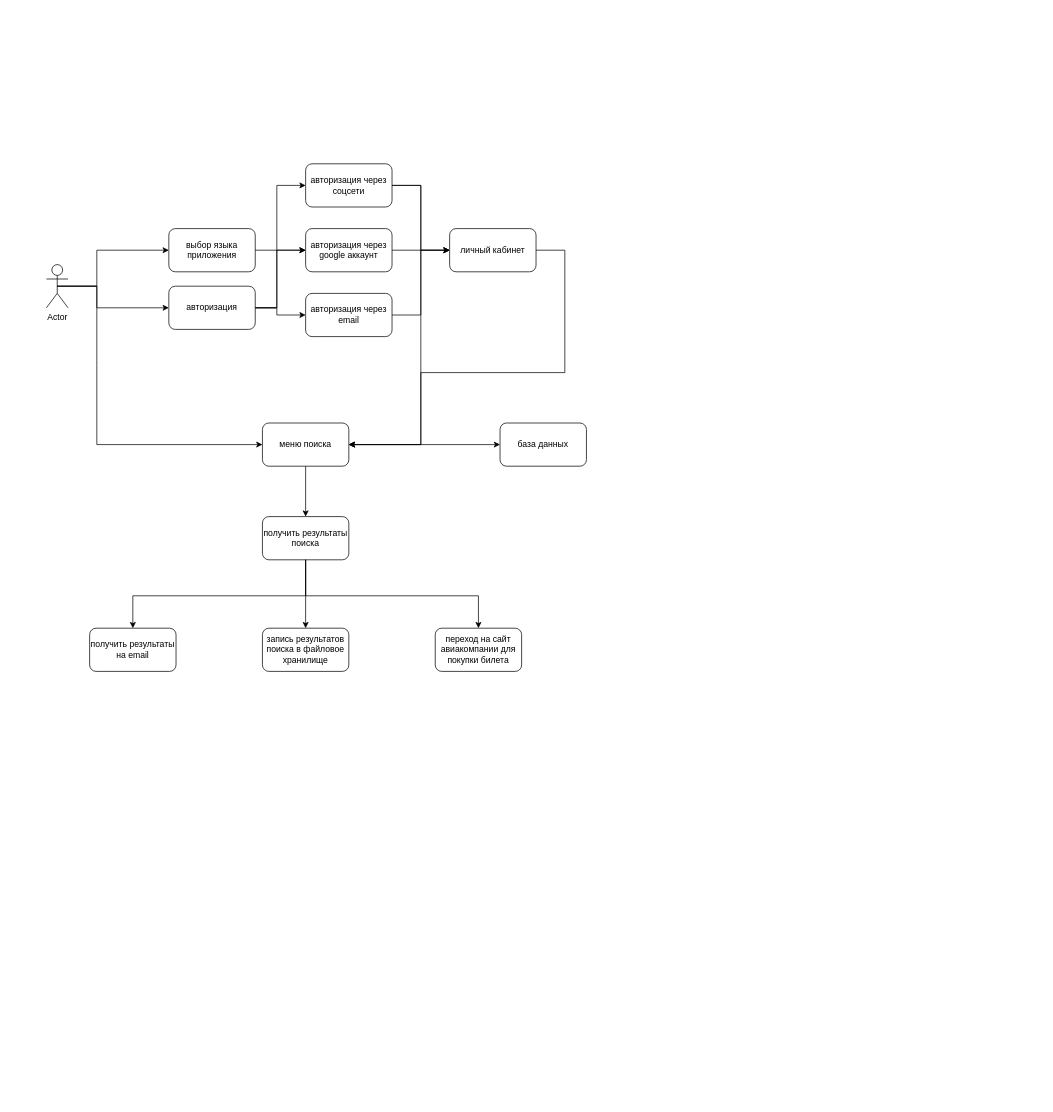
Before: seminar_7/Диаграмма без названия.drawio in vlad722011/GB_Software_Architecture, a draw.io diagram. Source tidied: cells renumbered, new cells numbered last; positions are measured from the earlier drawing's top-left corner, leaving out a move shared by most shapes. Both pictures are drawn from the tidied source at 72%, with x=0, y=0 at pixel (46, 163).
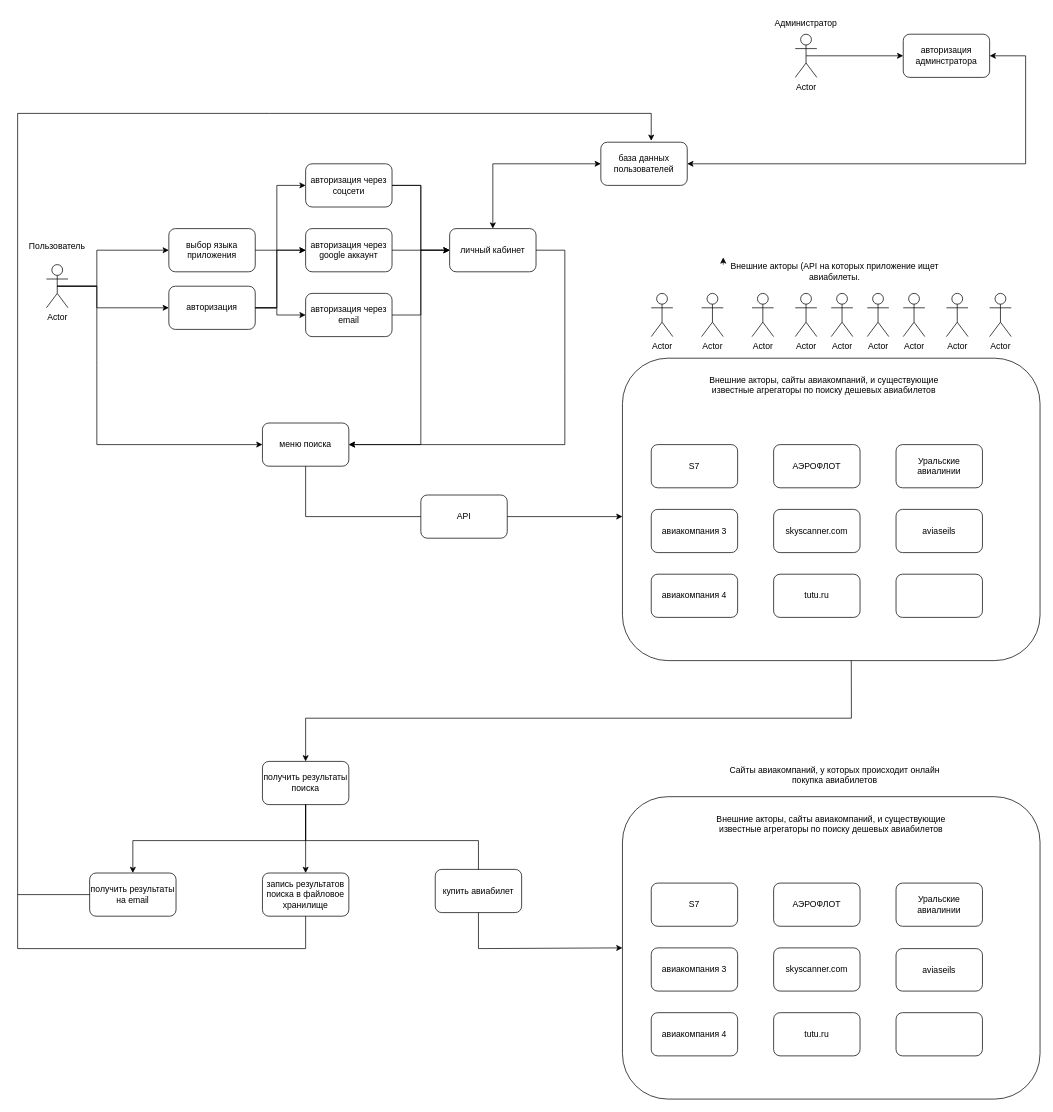
The same page after the edit.

The change refers to these unchanged cells:
```xml
<mxCell id="5" value="меню поиска" style="rounded=1;whiteSpace=wrap;html=1;" parent="1" vertex="1">
  <mxGeometry x="300" y="360" width="120" height="60" as="geometry" />
</mxCell>
<mxCell id="16" value="личный кабинет" style="rounded=1;whiteSpace=wrap;html=1;" parent="1" vertex="1">
  <mxGeometry x="560" y="90" width="120" height="60" as="geometry" />
</mxCell>
```

Diff of the diagram source:
```diff
@@
+    <mxCell id="32" style="rounded=1;whiteSpace=wrap;html=1;" parent="1" vertex="1">
+      <mxGeometry x="800" y="270" width="580" height="420" as="geometry" />
+    </mxCell>
@@
     <mxCell id="19" style="endArrow=classic;html=1;rounded=0;exitX=1;exitY=0.5;exitDx=0;exitDy=0;entryX=1;entryY=0.5;entryDx=0;entryDy=0;" parent="1" edge="1" source="16" target="5">
       <mxGeometry relative="1" as="geometry">
         <Array as="points">
           <mxPoint x="720" y="120" />
           <mxPoint x="720" y="290" />
-          <mxPoint x="520" y="290" />
+          <mxPoint x="720" y="390" />
           <mxPoint x="520" y="390" />
         </Array>
       </mxGeometry>
     </mxCell>
@@
-    <mxCell id="22" value="база данных" style="rounded=1;whiteSpace=wrap;html=1;" parent="1" vertex="1">
-      <mxGeometry x="630" y="360" width="120" height="60" as="geometry" />
-    </mxCell>
-    <mxCell id="23" style="endArrow=classic;startArrow=classic;html=1;rounded=0;entryX=0;entryY=0.5;entryDx=0;entryDy=0;exitX=1;exitY=0.5;exitDx=0;exitDy=0;" parent="1" edge="1" source="5" target="22">
-      <mxGeometry relative="1" as="geometry" />
-    </mxCell>
     <mxCell id="24" value="&lt;div&gt;получить результаты поиска&lt;/div&gt;" style="rounded=1;whiteSpace=wrap;html=1;" parent="1" vertex="1">
-      <mxGeometry x="300" y="490" width="120" height="60" as="geometry" />
+      <mxGeometry x="300" y="830" width="120" height="60" as="geometry" />
     </mxCell>
-    <mxCell id="25" style="endArrow=classic;html=1;rounded=0;exitX=0.5;exitY=1;exitDx=0;exitDy=0;entryX=0.5;entryY=0;entryDx=0;entryDy=0;" parent="1" edge="1" source="5" target="24">
-      <mxGeometry relative="1" as="geometry" />
-    </mxCell>
     <mxCell id="26" style="endArrow=classic;html=1;rounded=0;exitX=0.5;exitY=1;exitDx=0;exitDy=0;entryX=0.5;entryY=0;entryDx=0;entryDy=0;" parent="1" edge="1" source="24" target="27">
       <mxGeometry relative="1" as="geometry">
         <Array as="points">
-          <mxPoint x="360" y="600" />
-          <mxPoint x="120" y="600" />
+          <mxPoint x="360" y="940" />
+          <mxPoint x="120" y="940" />
         </Array>
       </mxGeometry>
     </mxCell>
     <mxCell id="27" value="получить результаты на email" style="rounded=1;whiteSpace=wrap;html=1;" parent="1" vertex="1">
-      <mxGeometry x="60" y="645" width="120" height="60" as="geometry" />
+      <mxGeometry x="60" y="985" width="120" height="60" as="geometry" />
     </mxCell>
     <mxCell id="28" value="запись результатов поиска в файловое хранилище" style="rounded=1;whiteSpace=wrap;html=1;" parent="1" vertex="1">
-      <mxGeometry x="300" y="645" width="120" height="60" as="geometry" />
+      <mxGeometry x="300" y="985" width="120" height="60" as="geometry" />
     </mxCell>
@@
-    <mxCell id="30" value="переход на сайт авиакомпании для покупки билета" style="rounded=1;whiteSpace=wrap;html=1;" parent="1" vertex="1">
-      <mxGeometry x="540" y="645" width="120" height="60" as="geometry" />
-    </mxCell>
-    <mxCell id="31" style="endArrow=classic;html=1;rounded=0;exitX=0.5;exitY=1;exitDx=0;exitDy=0;entryX=0.5;entryY=0;entryDx=0;entryDy=0;" parent="1" edge="1" source="24" target="30">
+    <mxCell id="31" style="endArrow=classic;html=1;rounded=0;exitX=0.5;exitY=1;exitDx=0;exitDy=0;entryX=0;entryY=0.5;entryDx=0;entryDy=0;" parent="1" edge="1" source="24" target="47">
       <mxGeometry relative="1" as="geometry">
         <Array as="points">
-          <mxPoint x="360" y="600" />
-          <mxPoint x="600" y="600" />
+          <mxPoint x="360" y="940" />
+          <mxPoint x="600" y="940" />
+          <mxPoint x="600" y="1090" />
         </Array>
       </mxGeometry>
     </mxCell>
+    <mxCell id="33" value="АЭРОФЛОТ" style="rounded=1;whiteSpace=wrap;html=1;" parent="1" vertex="1">
+      <mxGeometry x="1010" y="390" width="120" height="60" as="geometry" />
+    </mxCell>
+    <mxCell id="34" value="авиакомпания 3" style="rounded=1;whiteSpace=wrap;html=1;" parent="1" vertex="1">
+      <mxGeometry x="840" y="480" width="120" height="60" as="geometry" />
+    </mxCell>
+    <mxCell id="35" value="S7" style="rounded=1;whiteSpace=wrap;html=1;" parent="1" vertex="1">
+      <mxGeometry x="840" y="390" width="120" height="60" as="geometry" />
+    </mxCell>
+    <mxCell id="36" value="Уральские авиалинии" style="rounded=1;whiteSpace=wrap;html=1;" parent="1" vertex="1">
+      <mxGeometry x="1180" y="390" width="120" height="60" as="geometry" />
+    </mxCell>
+    <mxCell id="37" value="skyscanner.com" style="rounded=1;whiteSpace=wrap;html=1;" parent="1" vertex="1">
+      <mxGeometry x="1010" y="480" width="120" height="60" as="geometry" />
+    </mxCell>
+    <mxCell id="38" value="aviaseils" style="rounded=1;whiteSpace=wrap;html=1;" parent="1" vertex="1">
+      <mxGeometry x="1180" y="480" width="120" height="60" as="geometry" />
+    </mxCell>
+    <mxCell id="39" value="авиакомпания 4" style="rounded=1;whiteSpace=wrap;html=1;" parent="1" vertex="1">
+      <mxGeometry x="840" y="570" width="120" height="60" as="geometry" />
+    </mxCell>
+    <mxCell id="40" value="tutu.ru" style="rounded=1;whiteSpace=wrap;html=1;" parent="1" vertex="1">
+      <mxGeometry x="1010" y="570" width="120" height="60" as="geometry" />
+    </mxCell>
+    <mxCell id="41" style="rounded=1;whiteSpace=wrap;html=1;" parent="1" vertex="1">
+      <mxGeometry x="1180" y="570" width="120" height="60" as="geometry" />
+    </mxCell>
+    <mxCell id="42" value="&lt;div&gt;Внешние акторы, сайты авиакомпаний, и существующие известные агрегаторы по поиску дешевых авиабилетов&lt;/div&gt;&lt;div&gt;&lt;br&gt;&lt;/div&gt;" style="text;html=1;strokeColor=none;fillColor=none;align=center;verticalAlign=middle;whiteSpace=wrap;rounded=0;" parent="1" vertex="1">
+      <mxGeometry x="900" y="260" width="360" height="110" as="geometry" />
+    </mxCell>
+    <mxCell id="43" style="endArrow=classic;html=1;rounded=0;exitX=0.5;exitY=1;exitDx=0;exitDy=0;" parent="1" edge="1" source="5">
+      <mxGeometry relative="1" as="geometry">
+        <mxPoint x="800" y="490" as="targetPoint" />
+        <Array as="points">
+          <mxPoint x="360" y="490" />
+        </Array>
+      </mxGeometry>
+    </mxCell>
+    <mxCell id="44" style="endArrow=classic;html=1;rounded=0;exitX=0.548;exitY=1;exitDx=0;exitDy=0;exitPerimeter=0;entryX=0.5;entryY=0;entryDx=0;entryDy=0;" parent="1" edge="1" source="32" target="24">
+      <mxGeometry relative="1" as="geometry">
+        <Array as="points">
+          <mxPoint x="1118" y="770" />
+          <mxPoint x="360" y="770" />
+        </Array>
+      </mxGeometry>
+    </mxCell>
+    <mxCell id="45" value="API" style="rounded=1;whiteSpace=wrap;html=1;" parent="1" vertex="1">
+      <mxGeometry x="520" y="460" width="120" height="60" as="geometry" />
+    </mxCell>
+    <mxCell id="46" value="Actor" style="shape=umlActor;verticalLabelPosition=bottom;verticalAlign=top;html=1;" parent="1" vertex="1">
+      <mxGeometry x="1090" y="180" width="30" height="60" as="geometry" />
+    </mxCell>
+    <mxCell id="47" style="rounded=1;whiteSpace=wrap;html=1;" parent="1" vertex="1">
+      <mxGeometry x="800" y="879" width="580" height="420" as="geometry" />
+    </mxCell>
+    <mxCell id="48" value="АЭРОФЛОТ" style="rounded=1;whiteSpace=wrap;html=1;" parent="1" vertex="1">
+      <mxGeometry x="1010" y="999" width="120" height="60" as="geometry" />
+    </mxCell>
+    <mxCell id="49" value="авиакомпания 3" style="rounded=1;whiteSpace=wrap;html=1;" parent="1" vertex="1">
+      <mxGeometry x="840" y="1089" width="120" height="60" as="geometry" />
+    </mxCell>
+    <mxCell id="50" value="S7" style="rounded=1;whiteSpace=wrap;html=1;" parent="1" vertex="1">
+      <mxGeometry x="840" y="999" width="120" height="60" as="geometry" />
+    </mxCell>
+    <mxCell id="51" value="Уральские авиалинии" style="rounded=1;whiteSpace=wrap;html=1;" parent="1" vertex="1">
+      <mxGeometry x="1180" y="999" width="120" height="60" as="geometry" />
+    </mxCell>
+    <mxCell id="52" value="skyscanner.com" style="rounded=1;whiteSpace=wrap;html=1;" parent="1" vertex="1">
+      <mxGeometry x="1010" y="1089" width="120" height="60" as="geometry" />
+    </mxCell>
+    <mxCell id="53" value="aviaseils" style="rounded=1;whiteSpace=wrap;html=1;" parent="1" vertex="1">
+      <mxGeometry x="1180" y="1090" width="120" height="59" as="geometry" />
+    </mxCell>
+    <mxCell id="54" value="авиакомпания 4" style="rounded=1;whiteSpace=wrap;html=1;" parent="1" vertex="1">
+      <mxGeometry x="840" y="1179" width="120" height="60" as="geometry" />
+    </mxCell>
+    <mxCell id="55" value="tutu.ru" style="rounded=1;whiteSpace=wrap;html=1;" parent="1" vertex="1">
+      <mxGeometry x="1010" y="1179" width="120" height="60" as="geometry" />
+    </mxCell>
+    <mxCell id="56" style="rounded=1;whiteSpace=wrap;html=1;" parent="1" vertex="1">
+      <mxGeometry x="1180" y="1179" width="120" height="60" as="geometry" />
+    </mxCell>
+    <mxCell id="57" value="&lt;div&gt;Внешние акторы, сайты авиакомпаний, и существующие известные агрегаторы по поиску дешевых авиабилетов&lt;/div&gt;&lt;div&gt;&lt;br&gt;&lt;/div&gt;" style="text;html=1;strokeColor=none;fillColor=none;align=center;verticalAlign=middle;whiteSpace=wrap;rounded=0;" parent="1" vertex="1">
+      <mxGeometry x="910" y="870" width="360" height="110" as="geometry" />
+    </mxCell>
+    <mxCell id="58" value="купить авиабилет" style="rounded=1;whiteSpace=wrap;html=1;" parent="1" vertex="1">
+      <mxGeometry x="540" y="980" width="120" height="60" as="geometry" />
+    </mxCell>
+    <mxCell id="59" value="Actor" style="shape=umlActor;verticalLabelPosition=bottom;verticalAlign=top;html=1;" parent="1" vertex="1">
+      <mxGeometry x="840" y="180" width="30" height="60" as="geometry" />
+    </mxCell>
+    <mxCell id="60" value="Actor" style="shape=umlActor;verticalLabelPosition=bottom;verticalAlign=top;html=1;" parent="1" vertex="1">
+      <mxGeometry x="910" y="180" width="30" height="60" as="geometry" />
+    </mxCell>
+    <mxCell id="61" value="Actor" style="shape=umlActor;verticalLabelPosition=bottom;verticalAlign=top;html=1;" parent="1" vertex="1">
+      <mxGeometry x="980" y="180" width="30" height="60" as="geometry" />
+    </mxCell>
+    <mxCell id="62" value="Actor" style="shape=umlActor;verticalLabelPosition=bottom;verticalAlign=top;html=1;" parent="1" vertex="1">
+      <mxGeometry x="1040" y="180" width="30" height="60" as="geometry" />
+    </mxCell>
+    <mxCell id="63" value="Actor" style="shape=umlActor;verticalLabelPosition=bottom;verticalAlign=top;html=1;" parent="1" vertex="1">
+      <mxGeometry x="1140" y="180" width="30" height="60" as="geometry" />
+    </mxCell>
+    <mxCell id="64" value="Actor" style="shape=umlActor;verticalLabelPosition=bottom;verticalAlign=top;html=1;" parent="1" vertex="1">
+      <mxGeometry x="1190" y="180" width="30" height="60" as="geometry" />
+    </mxCell>
+    <mxCell id="65" value="Actor" style="shape=umlActor;verticalLabelPosition=bottom;verticalAlign=top;html=1;" parent="1" vertex="1">
+      <mxGeometry x="1250" y="180" width="30" height="60" as="geometry" />
+    </mxCell>
+    <mxCell id="66" value="Actor" style="shape=umlActor;verticalLabelPosition=bottom;verticalAlign=top;html=1;" parent="1" vertex="1">
+      <mxGeometry x="1310" y="180" width="30" height="60" as="geometry" />
+    </mxCell>
+    <mxCell id="67" value="Пользователь" style="text;html=1;strokeColor=none;fillColor=none;align=center;verticalAlign=middle;whiteSpace=wrap;rounded=0;" parent="1" vertex="1">
+      <mxGeometry x="-15" y="100" width="60" height="30" as="geometry" />
+    </mxCell>
+    <mxCell id="68" value="Внешние акторы (API на которых приложение ищет авиабилеты." style="text;html=1;strokeColor=none;fillColor=none;align=center;verticalAlign=middle;whiteSpace=wrap;rounded=0;" parent="1" vertex="1">
+      <mxGeometry x="940" y="130" width="310" height="40" as="geometry" />
+    </mxCell>
+    <mxCell id="69" style="edgeStyle=orthogonalEdgeStyle;rounded=0;orthogonalLoop=1;jettySize=auto;html=1;exitX=0;exitY=0.25;exitDx=0;exitDy=0;entryX=0;entryY=0;entryDx=0;entryDy=0;" parent="1" edge="1" source="68" target="68">
+      <mxGeometry relative="1" as="geometry" />
+    </mxCell>
+    <mxCell id="70" value="Сайты авиакомпаний, у которых происходит онлайн покупка авиабилетов" style="text;html=1;strokeColor=none;fillColor=none;align=center;verticalAlign=middle;whiteSpace=wrap;rounded=0;" parent="1" vertex="1">
+      <mxGeometry x="945" y="819" width="300" height="60" as="geometry" />
+    </mxCell>
+    <mxCell id="71" value="база данных пользователей" style="rounded=1;whiteSpace=wrap;html=1;" parent="1" vertex="1">
+      <mxGeometry x="770" y="-30" width="120" height="60" as="geometry" />
+    </mxCell>
+    <mxCell id="72" style="endArrow=classic;startArrow=classic;html=1;rounded=0;exitX=0.5;exitY=0;exitDx=0;exitDy=0;entryX=0;entryY=0.5;entryDx=0;entryDy=0;" parent="1" edge="1" source="16" target="71">
+      <mxGeometry relative="1" as="geometry">
+        <Array as="points">
+          <mxPoint x="620" />
+        </Array>
+      </mxGeometry>
+    </mxCell>
+    <mxCell id="73" style="endArrow=classic;html=1;rounded=0;exitX=0;exitY=0.5;exitDx=0;exitDy=0;entryX=0.583;entryY=-0.033;entryDx=0;entryDy=0;entryPerimeter=0;" parent="1" edge="1" source="27" target="71">
+      <mxGeometry relative="1" as="geometry">
+        <Array as="points">
+          <mxPoint x="-40" y="1015" />
+          <mxPoint x="-40" y="-70" />
+          <mxPoint x="310" y="-70" />
+          <mxPoint x="840" y="-70" />
+        </Array>
+      </mxGeometry>
+    </mxCell>
+    <mxCell id="74" style="endArrow=none;html=1;rounded=0;entryX=0.5;entryY=1;entryDx=0;entryDy=0;" parent="1" edge="1" target="28">
+      <mxGeometry relative="1" as="geometry">
+        <mxPoint x="-40" y="1015" as="sourcePoint" />
+        <Array as="points">
+          <mxPoint x="-40" y="1090" />
+          <mxPoint x="360" y="1090" />
+        </Array>
+      </mxGeometry>
+    </mxCell>
+    <mxCell id="75" value="Actor" style="shape=umlActor;verticalLabelPosition=bottom;verticalAlign=top;html=1;outlineConnect=0;" parent="1" vertex="1">
+      <mxGeometry x="1040" y="-180" width="30" height="60" as="geometry" />
+    </mxCell>
+    <mxCell id="76" value="&lt;div&gt;Администратор&lt;/div&gt;" style="text;html=1;strokeColor=none;fillColor=none;align=center;verticalAlign=middle;whiteSpace=wrap;rounded=0;" parent="1" vertex="1">
+      <mxGeometry x="1025" y="-210" width="60" height="30" as="geometry" />
+    </mxCell>
+    <mxCell id="77" value="авторизация админстратора" style="rounded=1;whiteSpace=wrap;html=1;" parent="1" vertex="1">
+      <mxGeometry x="1190" y="-180" width="120" height="60" as="geometry" />
+    </mxCell>
+    <mxCell id="78" style="endArrow=classic;startArrow=classic;html=1;rounded=0;entryX=1;entryY=0.5;entryDx=0;entryDy=0;exitX=1;exitY=0.5;exitDx=0;exitDy=0;" parent="1" edge="1" source="71" target="77">
+      <mxGeometry relative="1" as="geometry">
+        <Array as="points">
+          <mxPoint x="1360" />
+          <mxPoint x="1360" y="-150" />
+        </Array>
+      </mxGeometry>
+    </mxCell>
+    <mxCell id="79" style="endArrow=classic;html=1;rounded=0;exitX=0.5;exitY=0.5;exitDx=0;exitDy=0;exitPerimeter=0;entryX=0;entryY=0.5;entryDx=0;entryDy=0;" parent="1" edge="1" source="75" target="77">
+      <mxGeometry relative="1" as="geometry" />
+    </mxCell>
```
